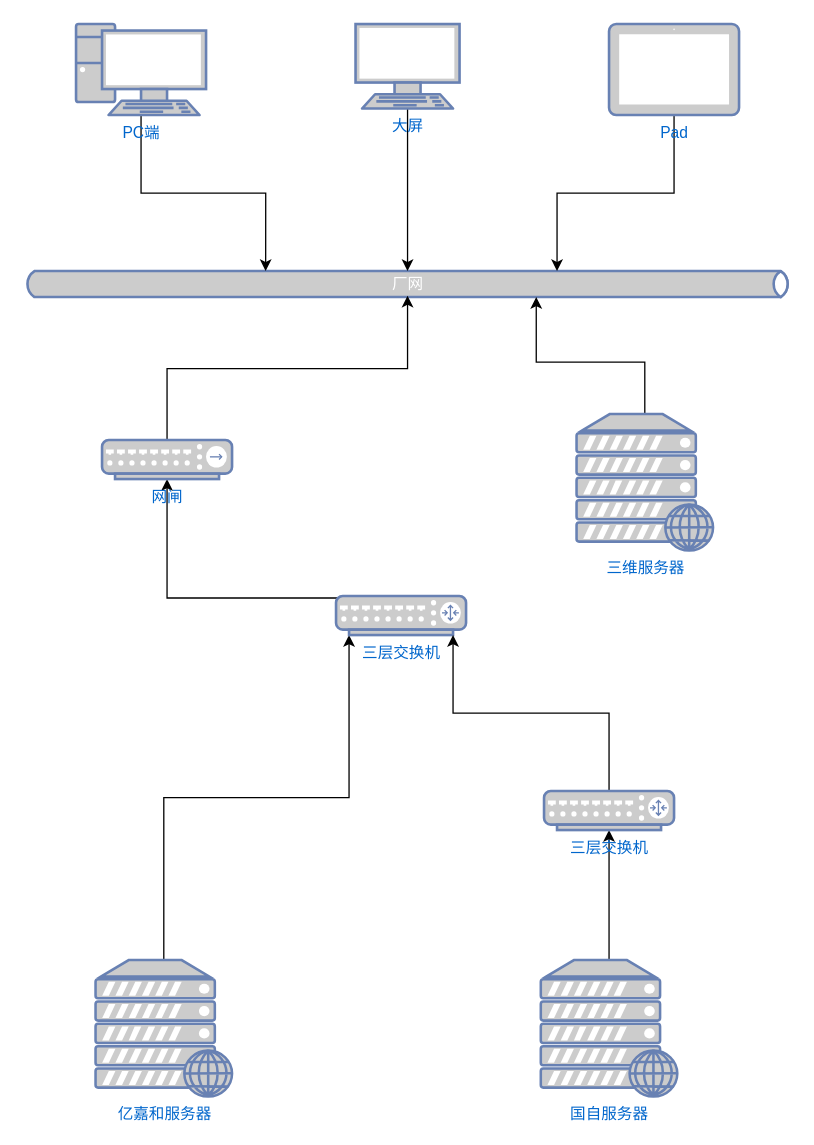
This is 王曲电厂网络拓扑图.drawio from wangyufei0807/draw, a draw.io file, before an edit. Source tidied: cells renumbered, new cells numbered last; positions are measured from the earlier drawing's top-left corner, leaving out a move shared by most shapes. Both pictures are drawn from the tidied source at 130%, with x=0, y=0 at pixel (23, 23).
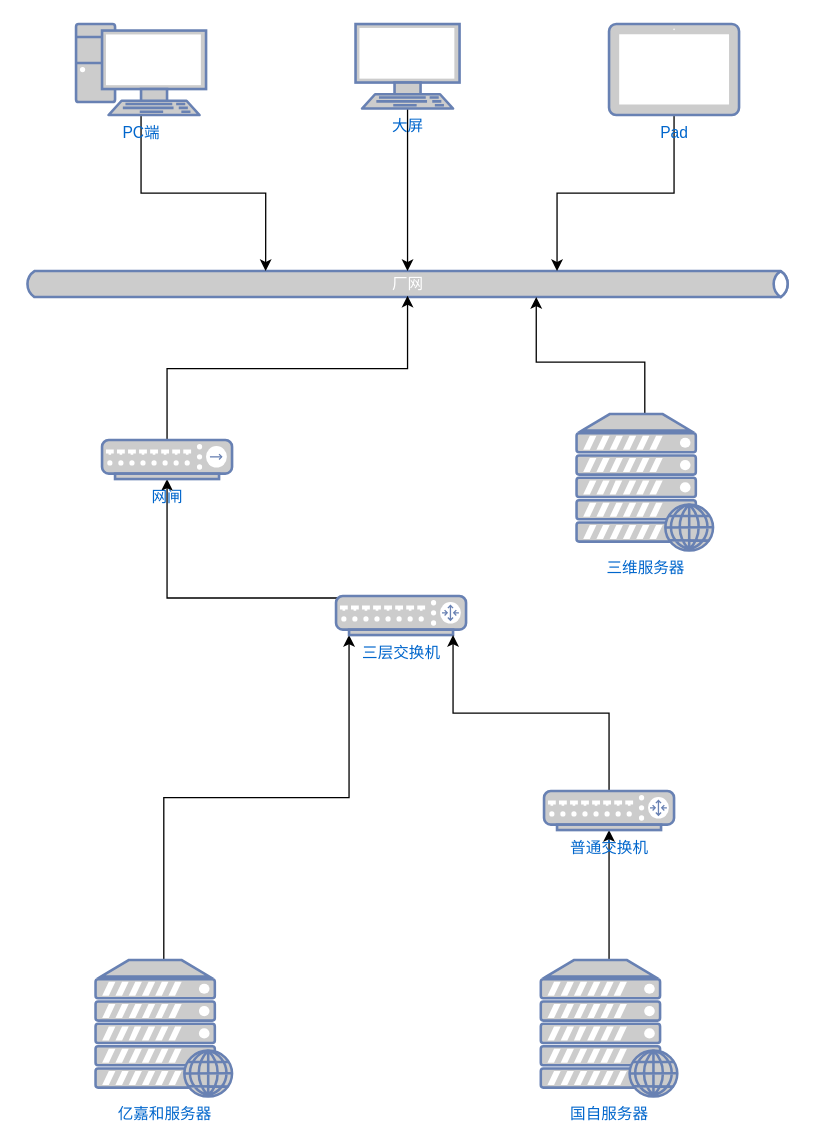
Above is the later version.

Commit message (it also covers changes not shown here):
Update 王曲电厂网络拓扑图.drawio

Change to the diagram source:
```diff
@@
-    <mxCell id="9" value="三层交换机" style="fontColor=#0066CC;verticalAlign=top;verticalLabelPosition=bottom;labelPosition=center;align=center;html=1;outlineConnect=0;fillColor=#CCCCCC;strokeColor=#6881B3;gradientColor=none;gradientDirection=north;strokeWidth=2;shape=mxgraph.networks.router;" parent="1" vertex="1">
+    <mxCell id="9" value="普通交换机" style="fontColor=#0066CC;verticalAlign=top;verticalLabelPosition=bottom;labelPosition=center;align=center;html=1;outlineConnect=0;fillColor=#CCCCCC;strokeColor=#6881B3;gradientColor=none;gradientDirection=north;strokeWidth=2;shape=mxgraph.networks.router;" parent="1" vertex="1">
       <mxGeometry x="400" y="590" width="100" height="30" as="geometry" />
     </mxCell>
```
